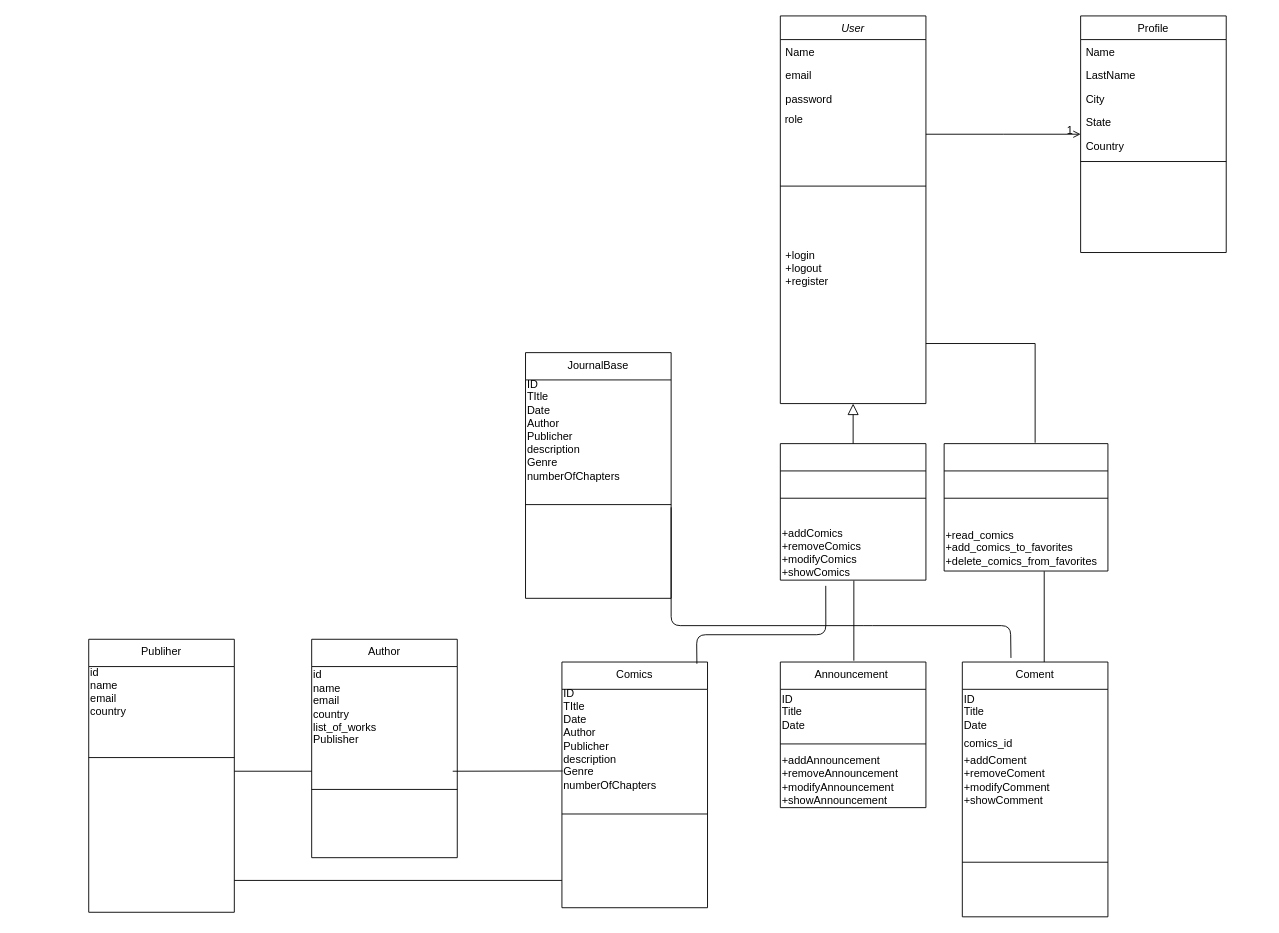
Before: Project Diagram.drawio in niayz10/Backend-Project, a draw.io diagram. Source tidied: cells renumbered, new cells numbered last; positions are measured from the earlier drawing's top-left corner, leaving out a move shared by most shapes. Both pictures are drawn from the tidied source at 91%, with x=0, y=0 at pixel (88, 15).
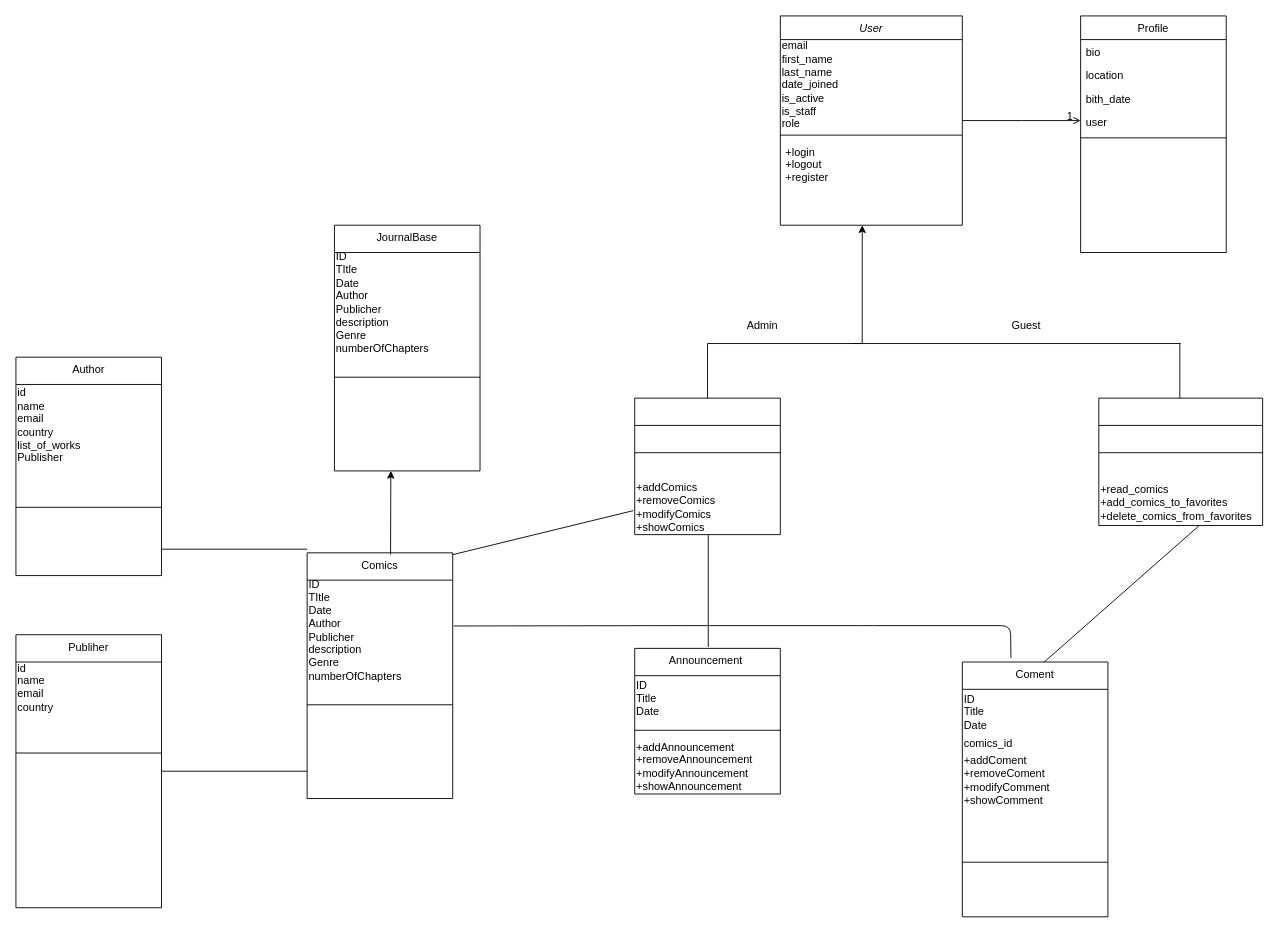
The same page after the edit.

Unchanged cells that the change refers to:
```xml
<mxCell id="11" value="+addComics&lt;br&gt;+removeComics&lt;br&gt;+modifyComics&lt;br&gt;+showComics" style="text;html=1;align=left;verticalAlign=middle;points=[];strokeColor=none;" parent="9" vertex="1">
  <mxGeometry y="90" width="160" height="60" as="geometry" />
</mxCell>
<mxCell id="13" value="Profile" style="swimlane;fontStyle=0;align=center;verticalAlign=top;horizontal=1;startSize=26;rounded=0;shadow=0;strokeWidth=1;" parent="1" vertex="1">
  <mxGeometry x="1090" width="160" height="260" as="geometry" />
</mxCell>
<mxCell id="28" value="ID&lt;br&gt;TItle&lt;br&gt;Date&lt;br&gt;Author&lt;br&gt;Publicher&lt;br&gt;description&lt;br&gt;Genre&lt;br&gt;numberOfChapters" style="text;html=1;align=left;verticalAlign=middle;points=[];strokeColor=none;rotation=0;" parent="27" vertex="1">
  <mxGeometry y="30" width="160" height="110" as="geometry" />
</mxCell>
<mxCell id="34" value="Coment" style="swimlane;fontStyle=0;align=center;verticalAlign=top;horizontal=1;startSize=30;rounded=0;shadow=0;strokeWidth=1;" parent="1" vertex="1">
  <mxGeometry x="960" y="710" width="160" height="280" as="geometry" />
</mxCell>
```

Diff of the diagram source:
```diff
@@
     <mxCell id="2" value="User" style="swimlane;fontStyle=2;align=center;verticalAlign=top;horizontal=1;startSize=26;rounded=0;shadow=0;strokeWidth=1;" parent="1" vertex="1">
-      <mxGeometry x="760" width="160" height="426" as="geometry" />
+      <mxGeometry x="760" width="200" height="230" as="geometry" />
     </mxCell>
-    <mxCell id="3" value="Name" style="text;align=left;verticalAlign=top;spacingLeft=4;spacingRight=4;overflow=hidden;" parent="2" vertex="1">
-      <mxGeometry y="26" width="160" height="26" as="geometry" />
-    </mxCell>
-    <mxCell id="4" value="email" style="text;align=left;verticalAlign=top;spacingLeft=4;spacingRight=4;overflow=hidden;rounded=0;shadow=0;html=0;" parent="2" vertex="1">
-      <mxGeometry y="52" width="160" height="26" as="geometry" />
-    </mxCell>
-    <mxCell id="5" value="password&#10;" style="text;align=left;verticalAlign=top;spacingLeft=4;spacingRight=4;overflow=hidden;rounded=0;shadow=0;html=0;" parent="2" vertex="1">
-      <mxGeometry y="78" width="160" height="26" as="geometry" />
-    </mxCell>
-    <mxCell id="6" value="&amp;nbsp;role" style="text;html=1;align=left;verticalAlign=middle;strokeColor=none;" parent="2" vertex="1">
-      <mxGeometry y="104" width="160" height="20" as="geometry" />
-    </mxCell>
+    <mxCell id="55" value="&lt;div&gt;&lt;span&gt;email&lt;/span&gt;&lt;/div&gt;&lt;div&gt;&lt;span&gt;first_name&lt;/span&gt;&lt;/div&gt;&lt;div&gt;&lt;span&gt;last_name&lt;/span&gt;&lt;/div&gt;&lt;div&gt;&lt;span&gt;date_joined&lt;/span&gt;&lt;/div&gt;&lt;div&gt;&lt;span&gt;is_active&lt;/span&gt;&lt;/div&gt;&lt;div&gt;&lt;span&gt;is_staff&lt;/span&gt;&lt;/div&gt;&lt;div&gt;&lt;span&gt;role&lt;/span&gt;&lt;/div&gt;" style="text;html=1;align=left;verticalAlign=middle;strokeColor=none;" parent="2" vertex="1">
+      <mxGeometry y="26" width="200" height="100" as="geometry" />
+    </mxCell>
     <mxCell id="7" style="line;html=1;strokeWidth=1;align=left;verticalAlign=middle;spacingTop=-1;spacingLeft=3;spacingRight=3;labelPosition=right;" parent="2" vertex="1">
-      <mxGeometry y="124" width="160" height="126" as="geometry" />
+      <mxGeometry y="126" width="200" height="10" as="geometry" />
     </mxCell>
     <mxCell id="8" value="+login&#10;+logout&#10;+register" style="text;align=left;verticalAlign=top;spacingLeft=4;spacingRight=4;overflow=hidden;" parent="2" vertex="1">
-      <mxGeometry y="250" width="160" height="176" as="geometry" />
+      <mxGeometry y="136" width="200" height="54" as="geometry" />
     </mxCell>
     <mxCell id="9" style="swimlane;fontStyle=0;align=center;verticalAlign=top;horizontal=1;startSize=30;rounded=0;shadow=0;strokeWidth=1;" parent="1" vertex="1">
-      <mxGeometry x="760" y="470" width="160" height="150" as="geometry" />
+      <mxGeometry x="600" y="420" width="160" height="150" as="geometry" />
     </mxCell>
@@
-    <mxCell id="12" style="endArrow=block;endSize=10;endFill=0;shadow=0;strokeWidth=1;rounded=0;edgeStyle=elbowEdgeStyle;elbow=vertical;" parent="1" edge="1" source="9" target="2">
-      <mxGeometry relative="1" as="geometry">
-        <Array as="points">
-          <mxPoint x="840" y="365" />
-        </Array>
-      </mxGeometry>
-    </mxCell>
@@
-    <mxCell id="14" value="Name" style="text;align=left;verticalAlign=top;spacingLeft=4;spacingRight=4;overflow=hidden;rounded=0;shadow=0;html=0;" parent="13" vertex="1">
+    <mxCell id="14" value="bio" style="text;align=left;verticalAlign=top;spacingLeft=4;spacingRight=4;overflow=hidden;rounded=0;shadow=0;html=0;" parent="13" vertex="1">
       <mxGeometry y="26" width="160" height="26" as="geometry" />
     </mxCell>
-    <mxCell id="15" value="LastName " style="text;align=left;verticalAlign=top;spacingLeft=4;spacingRight=4;overflow=hidden;" parent="13" vertex="1">
+    <mxCell id="15" value="location" style="text;align=left;verticalAlign=top;spacingLeft=4;spacingRight=4;overflow=hidden;" parent="13" vertex="1">
       <mxGeometry y="52" width="160" height="26" as="geometry" />
     </mxCell>
-    <mxCell id="16" value="City" style="text;align=left;verticalAlign=top;spacingLeft=4;spacingRight=4;overflow=hidden;rounded=0;shadow=0;html=0;" parent="13" vertex="1">
+    <mxCell id="16" value="bith_date" style="text;align=left;verticalAlign=top;spacingLeft=4;spacingRight=4;overflow=hidden;rounded=0;shadow=0;html=0;" parent="13" vertex="1">
       <mxGeometry y="78" width="160" height="26" as="geometry" />
     </mxCell>
-    <mxCell id="17" value="State" style="text;align=left;verticalAlign=top;spacingLeft=4;spacingRight=4;overflow=hidden;rounded=0;shadow=0;html=0;" parent="13" vertex="1">
+    <mxCell id="17" value="user" style="text;align=left;verticalAlign=top;spacingLeft=4;spacingRight=4;overflow=hidden;rounded=0;shadow=0;html=0;" parent="13" vertex="1">
       <mxGeometry y="104" width="160" height="26" as="geometry" />
     </mxCell>
-    <mxCell id="18" value="Country" style="text;align=left;verticalAlign=top;spacingLeft=4;spacingRight=4;overflow=hidden;rounded=0;shadow=0;html=0;" parent="13" vertex="1">
-      <mxGeometry y="130" width="160" height="26" as="geometry" />
-    </mxCell>
     <mxCell id="19" style="line;html=1;strokeWidth=1;align=left;verticalAlign=middle;spacingTop=-1;spacingLeft=3;spacingRight=3;labelPosition=right;" parent="13" vertex="1">
-      <mxGeometry y="156" width="160" height="8" as="geometry" />
+      <mxGeometry y="130" width="160" height="8" as="geometry" />
     </mxCell>
@@
     <mxCell id="22" style="swimlane;fontStyle=0;align=center;verticalAlign=top;horizontal=1;startSize=30;rounded=0;shadow=0;strokeWidth=1;" parent="1" vertex="1">
-      <mxGeometry x="940" y="470" width="180" height="140" as="geometry" />
+      <mxGeometry x="1110" y="420" width="180" height="140" as="geometry" />
     </mxCell>
@@
     <mxCell id="25" style="endArrow=none;html=1;" parent="1" edge="1">
       <mxGeometry relative="1" as="geometry">
-        <mxPoint x="1040" y="360" as="sourcePoint" />
-        <mxPoint x="920" y="360" as="targetPoint" />
+        <mxPoint x="1200" y="360" as="sourcePoint" />
+        <mxPoint x="840" y="360" as="targetPoint" />
       </mxGeometry>
     </mxCell>
     <mxCell id="26" style="endArrow=none;html=1;" parent="1" edge="1">
       <mxGeometry relative="1" as="geometry">
-        <mxPoint x="1040" y="469" as="sourcePoint" />
-        <mxPoint x="1040" y="360" as="targetPoint" />
+        <mxPoint x="1199" y="420" as="sourcePoint" />
+        <mxPoint x="1199" y="360" as="targetPoint" />
       </mxGeometry>
     </mxCell>
     <mxCell id="27" value="Comics" style="swimlane;fontStyle=0;align=center;verticalAlign=top;horizontal=1;startSize=30;rounded=0;shadow=0;strokeWidth=1;" parent="1" vertex="1">
-      <mxGeometry x="520" y="710" width="160" height="270" as="geometry" />
+      <mxGeometry x="240" y="590" width="160" height="270" as="geometry" />
     </mxCell>
@@
     <mxCell id="30" value="Announcement " style="swimlane;fontStyle=0;align=center;verticalAlign=top;horizontal=1;startSize=30;rounded=0;shadow=0;strokeWidth=1;" parent="1" vertex="1">
-      <mxGeometry x="760" y="710" width="160" height="160" as="geometry" />
+      <mxGeometry x="600" y="695" width="160" height="160" as="geometry" />
     </mxCell>
@@
     <mxCell id="39" value="Author" style="swimlane;fontStyle=0;align=center;verticalAlign=top;horizontal=1;startSize=30;rounded=0;shadow=0;strokeWidth=1;" parent="1" vertex="1">
-      <mxGeometry x="245" y="685" width="160" height="240" as="geometry" />
+      <mxGeometry x="-80" y="375" width="160" height="240" as="geometry" />
     </mxCell>
@@
     <mxCell id="42" value="Publiher" style="swimlane;fontStyle=0;align=center;verticalAlign=top;horizontal=1;startSize=30;rounded=0;shadow=0;strokeWidth=1;" parent="1" vertex="1">
-      <mxGeometry y="685" width="160" height="300" as="geometry" />
+      <mxGeometry x="-80" y="680" width="160" height="300" as="geometry" />
     </mxCell>
@@
-    <mxCell id="46" style="endArrow=none;html=1;exitX=0.334;exitY=-0.016;exitDx=0;exitDy=0;exitPerimeter=0;" parent="1" edge="1" source="34">
+    <mxCell id="46" style="endArrow=none;html=1;exitX=0.334;exitY=-0.016;exitDx=0;exitDy=0;exitPerimeter=0;entryX=1.006;entryY=0.458;entryDx=0;entryDy=0;entryPerimeter=0;" parent="1" edge="1" source="34" target="28">
       <mxGeometry relative="1" as="geometry">
-        <mxPoint x="640" y="540" as="targetPoint" />
         <Array as="points">
           <mxPoint x="1013" y="670" />
           <mxPoint x="851" y="670" />
           <mxPoint x="640" y="670" />
         </Array>
       </mxGeometry>
     </mxCell>
@@
-    <mxCell id="48" style="endArrow=none;html=1;exitX=0.927;exitY=0.007;exitDx=0;exitDy=0;exitPerimeter=0;entryX=0.312;entryY=1.105;entryDx=0;entryDy=0;entryPerimeter=0;" parent="1" edge="1" source="27" target="11">
+    <mxCell id="48" style="endArrow=none;html=1;entryX=-0.01;entryY=0.561;entryDx=0;entryDy=0;entryPerimeter=0;" parent="1" edge="1" target="11">
       <mxGeometry relative="1" as="geometry">
-        <Array as="points">
-          <mxPoint x="668" y="680" />
-          <mxPoint x="810" y="680" />
-        </Array>
+        <mxPoint x="400" y="592" as="sourcePoint" />
       </mxGeometry>
     </mxCell>
-    <mxCell id="49" style="endArrow=none;html=1;exitX=0.005;exitY=0.816;exitDx=0;exitDy=0;exitPerimeter=0;" parent="1" edge="1" source="28">
+    <mxCell id="49" style="endArrow=none;html=1;" parent="1" edge="1">
       <mxGeometry relative="1" as="geometry">
-        <mxPoint x="400" y="830" as="targetPoint" />
+        <mxPoint x="80" y="586" as="sourcePoint" />
+        <mxPoint x="240" y="586" as="targetPoint" />
       </mxGeometry>
     </mxCell>
-    <mxCell id="50" style="endArrow=none;html=1;exitX=0.005;exitY=0.816;exitDx=0;exitDy=0;exitPerimeter=0;" parent="1" edge="1">
-      <mxGeometry relative="1" as="geometry">
-        <mxPoint x="520" y="950" as="sourcePoint" />
-        <mxPoint x="160" y="950" as="targetPoint" />
-      </mxGeometry>
-    </mxCell>
-    <mxCell id="51" style="endArrow=none;html=1;exitX=0.005;exitY=0.816;exitDx=0;exitDy=0;exitPerimeter=0;" parent="1" edge="1">
+    <mxCell id="51" style="endArrow=none;html=1;" parent="1" edge="1">
       <mxGeometry relative="1" as="geometry">
-        <mxPoint x="245" y="830" as="sourcePoint" />
-        <mxPoint x="160" y="830" as="targetPoint" />
+        <mxPoint x="240" y="830" as="sourcePoint" />
+        <mxPoint x="80" y="830" as="targetPoint" />
       </mxGeometry>
     </mxCell>
     <mxCell id="52" value="JournalBase" style="swimlane;fontStyle=0;align=center;verticalAlign=top;horizontal=1;startSize=30;rounded=0;shadow=0;strokeWidth=1;" parent="1" vertex="1">
-      <mxGeometry x="480" y="370" width="160" height="270" as="geometry" />
+      <mxGeometry x="270" y="230" width="160" height="270" as="geometry" />
     </mxCell>
@@
+    <mxCell id="56" style="endArrow=classic;html=1;" parent="1" edge="1">
+      <mxGeometry relative="1" as="geometry">
+        <mxPoint x="850" y="360" as="sourcePoint" />
+        <mxPoint x="850" y="230" as="targetPoint" />
+      </mxGeometry>
+    </mxCell>
+    <mxCell id="57" style="endArrow=none;html=1;" parent="1" edge="1">
+      <mxGeometry relative="1" as="geometry">
+        <mxPoint x="680" y="360" as="sourcePoint" />
+        <mxPoint x="850" y="360" as="targetPoint" />
+      </mxGeometry>
+    </mxCell>
+    <mxCell id="58" style="endArrow=none;html=1;" parent="1" edge="1" source="9">
+      <mxGeometry relative="1" as="geometry">
+        <mxPoint x="680" y="360" as="targetPoint" />
+      </mxGeometry>
+    </mxCell>
+    <mxCell id="59" value="Admin" style="text;html=1;align=center;verticalAlign=middle;strokeColor=none;" parent="1" vertex="1">
+      <mxGeometry x="715" y="330" width="50" height="20" as="geometry" />
+    </mxCell>
+    <mxCell id="60" value="Guest" style="text;html=1;align=center;verticalAlign=middle;strokeColor=none;" parent="1" vertex="1">
+      <mxGeometry x="1005" y="330" width="50" height="20" as="geometry" />
+    </mxCell>
+    <mxCell id="61" style="endArrow=classic;html=1;exitX=0.573;exitY=0.006;exitDx=0;exitDy=0;exitPerimeter=0;" parent="1" edge="1" source="27">
+      <mxGeometry relative="1" as="geometry">
+        <mxPoint x="332" y="500" as="targetPoint" />
+      </mxGeometry>
+    </mxCell>
```
